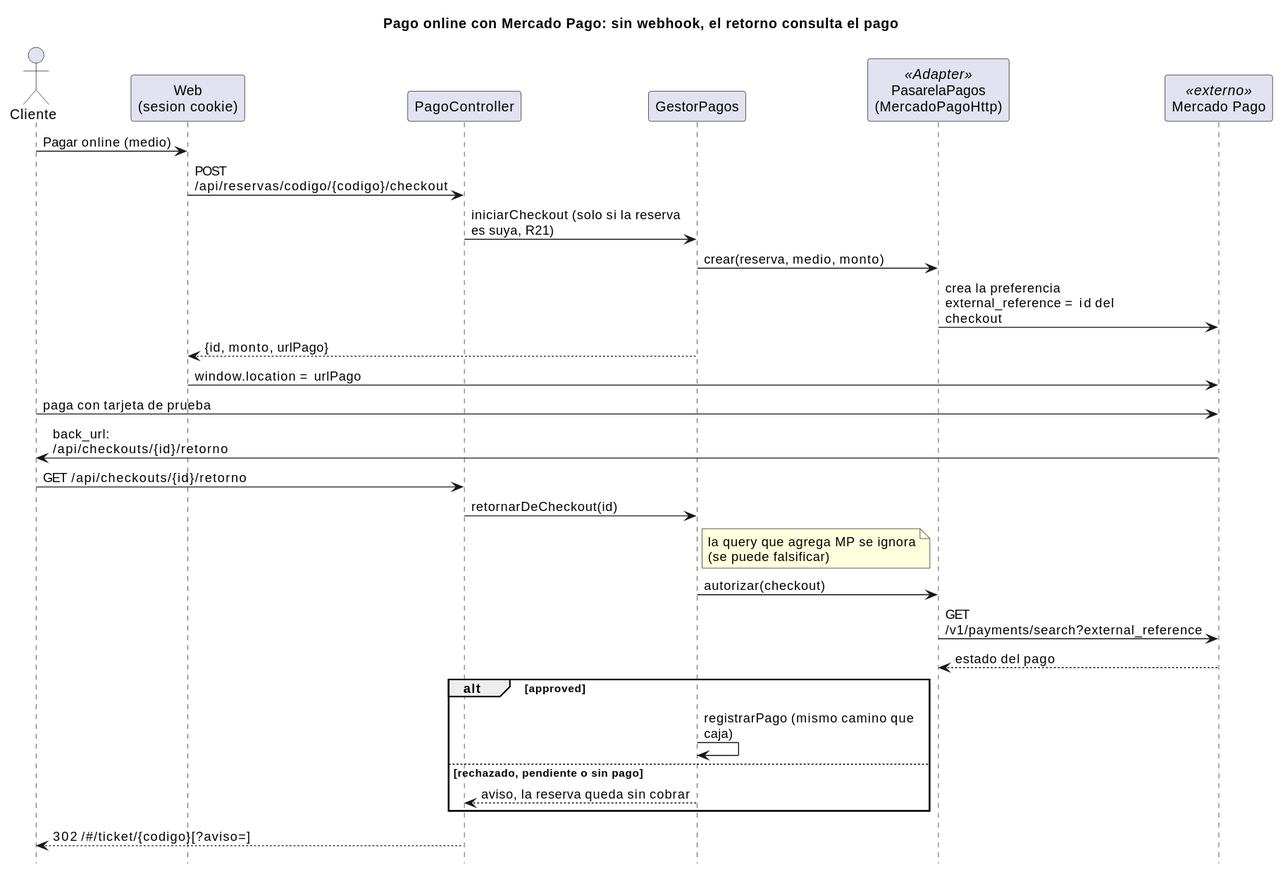
The PlantUML diagram _other/docs/diagramas/pago-mercadopago.svg in andreiveisuade/cine-uade, before a commit. Source of this version:
```plantuml
@startuml
title Pago online con Mercado Pago: sin webhook, el retorno consulta el pago

skinparam sequenceMessageAlign left
skinparam maxMessageSize 220
hide footbox

actor Cliente
participant "Web\n(sesion cookie)" as W
participant "PagoController" as C
participant "GestorPagos" as GP
participant "PasarelaPagos\n(MercadoPagoHttp)" as PP <<Adapter>>
participant "Mercado Pago" as MP <<externo>>

Cliente -> W : Pagar online (medio)
W -> C : POST /api/reservas/codigo/{codigo}/checkout
C -> GP : iniciarCheckout (solo si la reserva es suya, R21)
GP -> PP : crear(reserva, medio, monto)
PP -> MP : crea la preferencia\nexternal_reference = id del checkout
GP --> W : {id, monto, urlPago}
W -> MP : window.location = urlPago
Cliente -> MP : paga con tarjeta de prueba

MP -> Cliente : back_url: /api/checkouts/{id}/retorno
Cliente -> C : GET /api/checkouts/{id}/retorno
C -> GP : retornarDeCheckout(id)
note right of GP
  la query que agrega MP se ignora
  (se puede falsificar)
end note
GP -> PP : autorizar(checkout)
PP -> MP : GET /v1/payments/search?external_reference
MP --> PP : estado del pago
alt approved
  GP -> GP : registrarPago (mismo camino que caja)
else rechazado, pendiente o sin pago
  GP --> C : aviso, la reserva queda sin cobrar
end
C --> Cliente : 302 /#/ticket/{codigo}[?aviso=]
@enduml
```
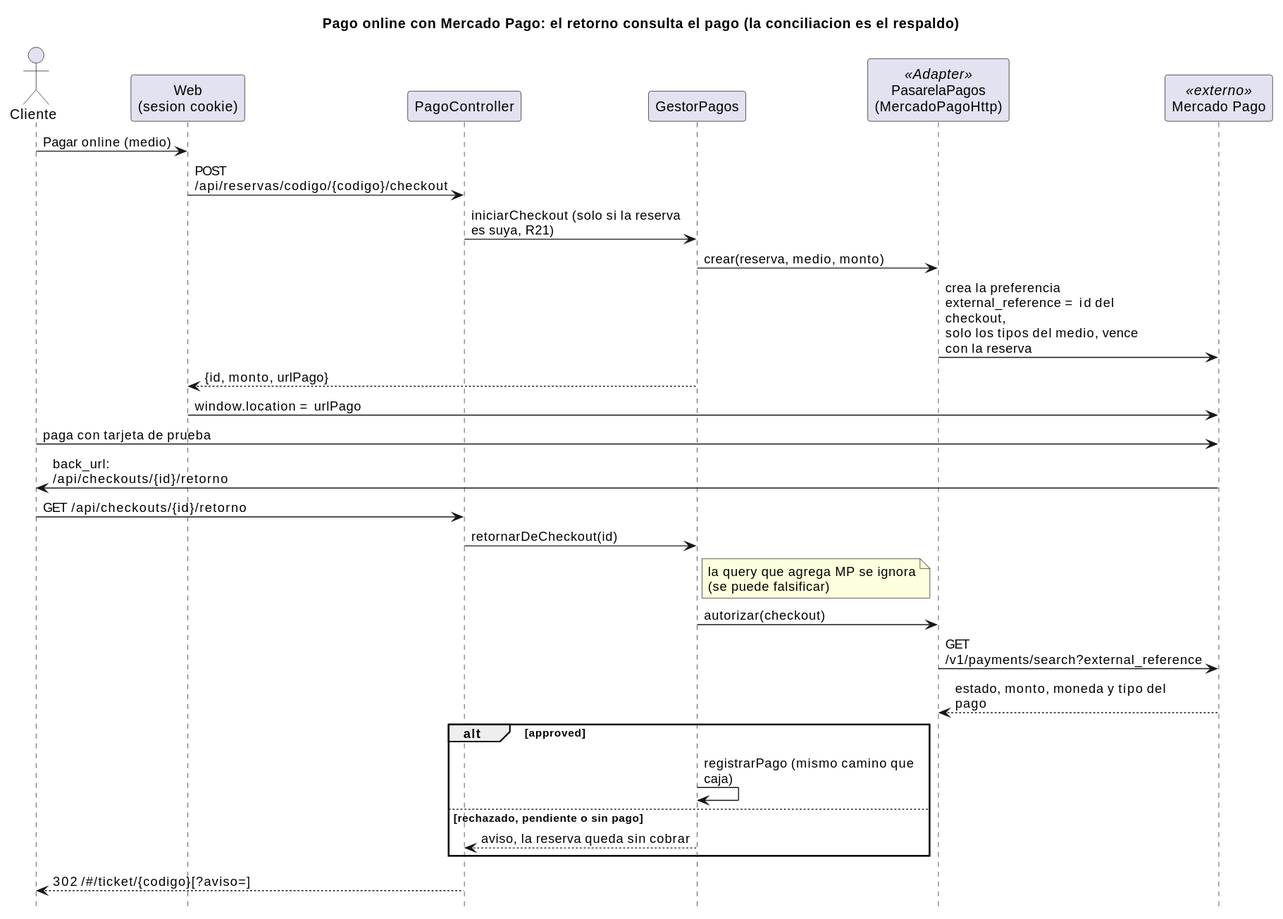
After the change.

Commit message:
docs(diagramas): svg del retorno de mercado pago regenerado

What changed in the source:
```diff
@@ -1,5 +1,5 @@
 @startuml
-title Pago online con Mercado Pago: sin webhook, el retorno consulta el pago
+title Pago online con Mercado Pago: el retorno consulta el pago (la conciliacion es el respaldo)
 
 skinparam sequenceMessageAlign left
 skinparam maxMessageSize 220
@@ -16,7 +16,7 @@
 W -> C : POST /api/reservas/codigo/{codigo}/checkout
 C -> GP : iniciarCheckout (solo si la reserva es suya, R21)
 GP -> PP : crear(reserva, medio, monto)
-PP -> MP : crea la preferencia\nexternal_reference = id del checkout
+PP -> MP : crea la preferencia\nexternal_reference = id del checkout,\nsolo los tipos del medio, vence con la reserva
 GP --> W : {id, monto, urlPago}
 W -> MP : window.location = urlPago
 Cliente -> MP : paga con tarjeta de prueba
@@ -30,7 +30,7 @@
 end note
 GP -> PP : autorizar(checkout)
 PP -> MP : GET /v1/payments/search?external_reference
-MP --> PP : estado del pago
+MP --> PP : estado, monto, moneda y tipo del pago
 alt approved
   GP -> GP : registrarPago (mismo camino que caja)
 else rechazado, pendiente o sin pago
```
